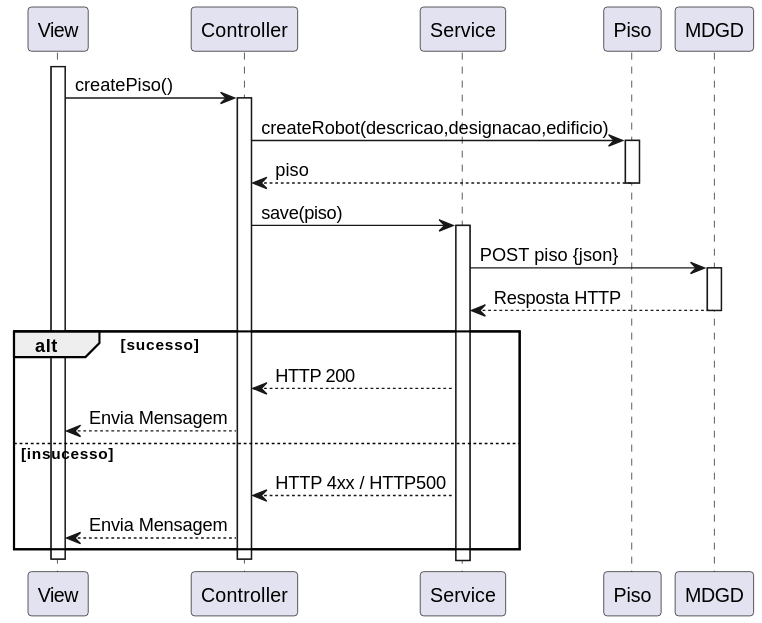
This is docs/use_cases/Sprint B/UC1090/Nivel 3/vp3.svg from SlimJesus25/SEM5_PI, a PlantUML export, as it was before one commit.
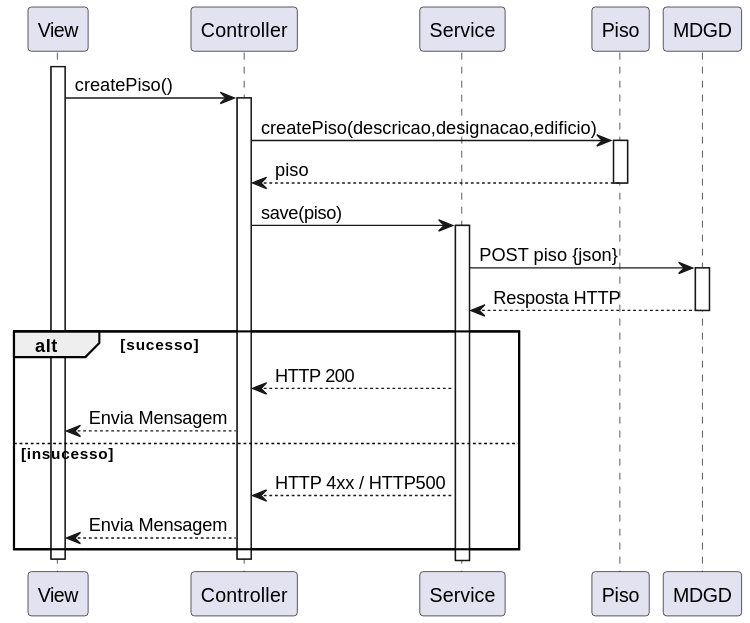
The same diagram one commit later.

Diff of the diagram source:
```diff
@@ -8,7 +8,7 @@
 activate view
 view -> ctrl : createPiso()
 activate ctrl
-ctrl -> model : createRobot(descricao,designacao,edificio)
+ctrl -> model : createPiso(descricao,designacao,edificio)
 activate model
 model --> ctrl : piso
 deactivate model
```
